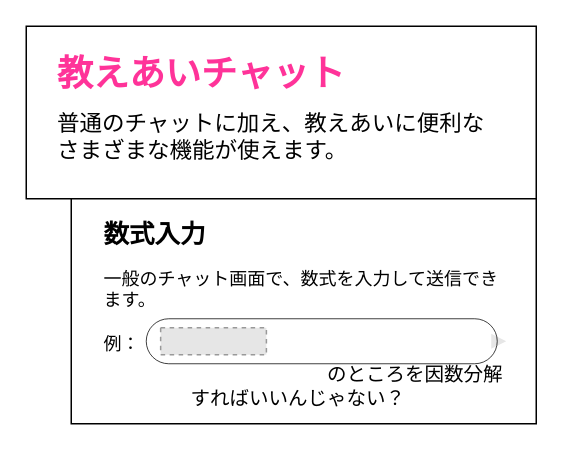
Before: mallearn/Mal Learn 機能一覧.drawio in ryuto1246/draw_io, a draw.io diagram. Source tidied: cells renumbered, new cells numbered last; positions are measured from the earlier drawing's top-left corner, leaving out a move shared by most shapes. Both pictures are drawn from the tidied source at 150%, with x=0, y=0 at pixel (26, 26). Pictures stored in the file or linked from it are replaced by grey dashed boxes.
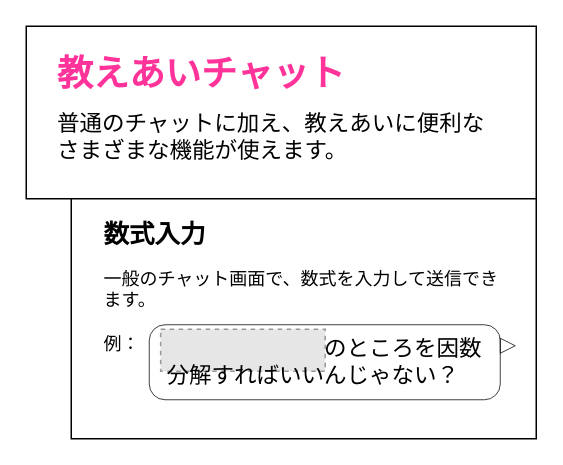
After the change.

Change to the diagram source:
```diff
@@
 <mxGraphModel>
   <root>
     <mxCell id="0" />
     <mxCell id="1" parent="0" />
     <mxCell id="2" style="rounded=0;whiteSpace=wrap;html=1;fontSize=15;" parent="1" vertex="1">
       <mxGeometry width="340" height="115" as="geometry" />
     </mxCell>
     <mxCell id="3" value="教えあいチャット" style="text;html=1;strokeColor=none;fillColor=none;align=left;verticalAlign=middle;whiteSpace=wrap;rounded=0;fontSize=24;fontStyle=1;fontColor=#FF3399;" parent="1" vertex="1">
       <mxGeometry x="19" y="17.2" width="200" height="30" as="geometry" />
     </mxCell>
     <mxCell id="4" value="普通のチャットに加え、教えあいに便利なさまざまな機能が使えます。" style="text;html=1;strokeColor=none;fillColor=none;align=left;verticalAlign=middle;whiteSpace=wrap;rounded=0;fontSize=15;fontStyle=0;" parent="1" vertex="1">
       <mxGeometry x="19" y="47.2" width="290" height="52.5" as="geometry" />
     </mxCell>
     <mxCell id="5" style="rounded=0;whiteSpace=wrap;html=1;fontSize=15;" parent="1" vertex="1">
-      <mxGeometry x="30" y="115" width="310" height="150" as="geometry" />
+      <mxGeometry x="30" y="115" width="310" height="160" as="geometry" />
     </mxCell>
     <mxCell id="6" value="&lt;font color=&quot;#000000&quot; style=&quot;font-size: 17px;&quot;&gt;&lt;span style=&quot;font-size: 17px;&quot;&gt;数式入力&lt;/span&gt;&lt;/font&gt;" style="text;html=1;strokeColor=none;fillColor=none;align=left;verticalAlign=middle;whiteSpace=wrap;rounded=0;fontSize=17;fontStyle=1;fontColor=#FF3399;" parent="1" vertex="1">
       <mxGeometry x="50" y="125" width="200" height="30" as="geometry" />
     </mxCell>
     <mxCell id="7" value="一般のチャット画面で、数式を入力して送信できます。&lt;br&gt;&lt;br&gt;例：" style="text;html=1;strokeColor=none;fillColor=none;align=left;verticalAlign=top;whiteSpace=wrap;rounded=0;fontSize=12;fontStyle=0;" parent="1" vertex="1">
       <mxGeometry x="50" y="155" width="270" height="40" as="geometry" />
     </mxCell>
-    <mxCell id="8" style="triangle;whiteSpace=wrap;html=1;fontSize=17;fontColor=#000000;verticalAlign=middle;rounded=0;horizontal=0;fillColor=#E6E6E6;strokeColor=none;" parent="1" vertex="1">
-      <mxGeometry x="310" y="205" width="10" height="10" as="geometry" />
+    <mxCell id="8" style="triangle;whiteSpace=wrap;html=1;fontSize=17;fontColor=#000000;verticalAlign=middle;rounded=0;horizontal=0;fillColor=none;strokeColor=default;strokeWidth=0.5;" parent="1" vertex="1">
+      <mxGeometry x="316" y="208" width="10" height="10" as="geometry" />
     </mxCell>
-    <mxCell id="9" style="rounded=1;whiteSpace=wrap;html=1;fontSize=17;arcSize=50;horizontal=0;fillColor=none;strokeColor=default;strokeWidth=0.5;" parent="1" vertex="1">
-      <mxGeometry x="80" y="195" width="234" height="30" as="geometry" />
+    <mxCell id="9" style="rounded=1;whiteSpace=wrap;html=1;fontSize=17;arcSize=21;horizontal=0;fillColor=none;strokeColor=default;strokeWidth=0.5;" parent="1" vertex="1">
+      <mxGeometry x="82" y="199" width="234" height="50" as="geometry" />
     </mxCell>
     <mxCell id="10" style="fillColor=#E6E6E6;strokeColor=#999999;dashed=1;verticalLabelPosition=bottom;labelBackgroundColor=default;verticalAlign=top;" parent="1" vertex="1">
-      <mxGeometry x="89.6" y="201" width="70.5" height="18" as="geometry" />
+      <mxGeometry x="89.6" y="202" width="109.7" height="28" as="geometry" />
     </mxCell>
-    <mxCell id="11" value="　　　　　　　のところを因数分解&lt;br&gt;すればいいんじゃない？" style="text;strokeColor=none;fillColor=none;align=left;verticalAlign=middle;whiteSpace=wrap;rounded=0;fontSize=13;fontColor=#000000;spacing=0;html=1;" parent="1" vertex="1">
-      <mxGeometry x="110" y="225" width="212" height="30" as="geometry" />
+    <mxCell id="11" value="　　　　　　　のところを因数分解すればいいんじゃない？" style="text;html=1;strokeColor=none;fillColor=none;align=left;verticalAlign=middle;whiteSpace=wrap;rounded=0;fontSize=15;fontColor=#000000;spacing=0;" parent="1" vertex="1">
+      <mxGeometry x="94" y="208" width="212" height="30" as="geometry" />
     </mxCell>
   </root>
 </mxGraphModel>
```
